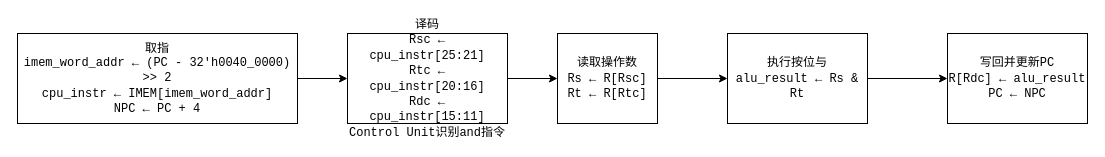
This is Add指令流程图.drawio from LV-ZHU/Computer_Organization_and_Architecture_Course_Design, a draw.io file, before an edit. Source tidied: cells renumbered, new cells numbered last; positions are measured from the earlier drawing's top-left corner, leaving out a move shared by most shapes. Both pictures are drawn from the tidied source at 100%, with x=0, y=0 at pixel (17, 33).
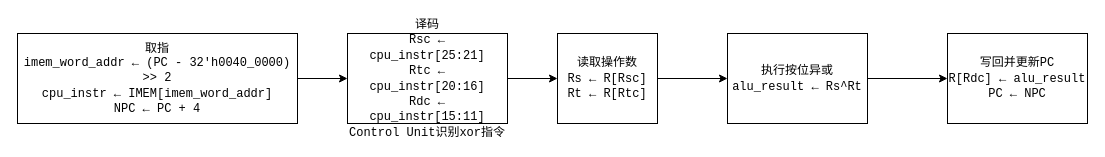
After the change.

Commit message:
更新xor指令流程图.drawio

Change to the diagram source:
```diff
@@
 <mxGraphModel>
   <root>
     <mxCell id="0" />
     <mxCell id="1" parent="0" />
     <mxCell id="2" style="edgeStyle=orthogonalEdgeStyle;rounded=0;jettySize=auto;html=1;" parent="1" edge="1" source="3" target="5">
       <mxGeometry relative="1" as="geometry" />
     </mxCell>
     <mxCell id="3" value="取指&lt;div&gt;&lt;code dir=&quot;ltr&quot;&gt;imem_word_addr ← (PC - 32'h0040_0000) &amp;gt;&amp;gt; 2&lt;/code&gt;&lt;br&gt;&lt;code dir=&quot;ltr&quot;&gt;cpu_instr ← IMEM[imem_word_addr]&lt;/code&gt;&lt;br&gt;&lt;code dir=&quot;ltr&quot;&gt;NPC ← PC + 4&lt;/code&gt;&lt;/div&gt;" style="whiteSpace=wrap;html=1;" parent="1" vertex="1">
       <mxGeometry width="280" height="90" as="geometry" />
     </mxCell>
     <mxCell id="4" style="edgeStyle=orthogonalEdgeStyle;rounded=0;jettySize=auto;html=1;" parent="1" edge="1" source="5" target="7">
       <mxGeometry relative="1" as="geometry" />
     </mxCell>
-    <mxCell id="5" value="&lt;div&gt;&lt;code dir=&quot;ltr&quot;&gt;译码&lt;/code&gt;&lt;/div&gt;&lt;code dir=&quot;ltr&quot;&gt;Rsc ← cpu_instr[25:21]&lt;/code&gt;&lt;br&gt;&lt;code dir=&quot;ltr&quot;&gt;Rtc ← cpu_instr[20:16]&lt;/code&gt;&lt;br&gt;&lt;code dir=&quot;ltr&quot;&gt;Rdc ← cpu_instr[15:11]&lt;/code&gt;&lt;br&gt;&lt;code dir=&quot;ltr&quot;&gt;Control Unit识别and指令&lt;/code&gt;" style="whiteSpace=wrap;html=1;" parent="1" vertex="1">
+    <mxCell id="5" value="&lt;div&gt;&lt;code dir=&quot;ltr&quot;&gt;译码&lt;/code&gt;&lt;/div&gt;&lt;code dir=&quot;ltr&quot;&gt;Rsc ← cpu_instr[25:21]&lt;/code&gt;&lt;br&gt;&lt;code dir=&quot;ltr&quot;&gt;Rtc ← cpu_instr[20:16]&lt;/code&gt;&lt;br&gt;&lt;code dir=&quot;ltr&quot;&gt;Rdc ← cpu_instr[15:11]&lt;/code&gt;&lt;br&gt;&lt;code dir=&quot;ltr&quot;&gt;Control Unit识别xor指令&lt;/code&gt;" style="whiteSpace=wrap;html=1;" parent="1" vertex="1">
       <mxGeometry x="330" width="160" height="90" as="geometry" />
     </mxCell>
     <mxCell id="6" style="edgeStyle=orthogonalEdgeStyle;rounded=0;jettySize=auto;html=1;" parent="1" edge="1" source="7" target="9">
       <mxGeometry relative="1" as="geometry" />
     </mxCell>
     <mxCell id="7" value="&lt;div&gt;&lt;font face=&quot;monospace&quot;&gt;读取操作数&lt;/font&gt;&lt;/div&gt;&lt;div&gt;&lt;code dir=&quot;ltr&quot;&gt;Rs ← R[Rsc]&lt;/code&gt;&lt;br&gt;&lt;code dir=&quot;ltr&quot;&gt;Rt ← R[Rtc]&lt;/code&gt;&lt;font face=&quot;monospace&quot;&gt;&lt;/font&gt;&lt;/div&gt;" style="whiteSpace=wrap;html=1;" parent="1" vertex="1">
       <mxGeometry x="540" width="100" height="90" as="geometry" />
     </mxCell>
     <mxCell id="8" style="edgeStyle=orthogonalEdgeStyle;rounded=0;jettySize=auto;html=1;" parent="1" edge="1" source="9" target="10">
       <mxGeometry relative="1" as="geometry" />
     </mxCell>
-    <mxCell id="9" value="&lt;div&gt;&lt;code&gt;执行按位与&lt;/code&gt;&lt;/div&gt;&lt;code&gt;alu_result ← Rs &amp;amp; Rt&lt;/code&gt;" style="whiteSpace=wrap;html=1;" parent="1" vertex="1">
+    <mxCell id="9" value="&lt;div&gt;&lt;code&gt;执行按位异或&lt;/code&gt;&lt;/div&gt;&lt;code&gt;alu_result ← Rs&lt;code&gt;^&lt;/code&gt;Rt&lt;/code&gt;" style="whiteSpace=wrap;html=1;" parent="1" vertex="1">
       <mxGeometry x="710" width="140" height="90" as="geometry" />
     </mxCell>
     <mxCell id="10" value="&lt;font face=&quot;monospace&quot;&gt;写回并更新PC&lt;/font&gt;&lt;div&gt;&lt;code dir=&quot;ltr&quot;&gt;R[Rdc] ← alu_result&lt;/code&gt;&lt;br&gt;&lt;code dir=&quot;ltr&quot;&gt;PC ← NPC&lt;/code&gt;&lt;font face=&quot;monospace&quot;&gt;&lt;/font&gt;&lt;/div&gt;" style="whiteSpace=wrap;html=1;" parent="1" vertex="1">
       <mxGeometry x="930" width="140" height="90" as="geometry" />
     </mxCell>
   </root>
 </mxGraphModel>
```
